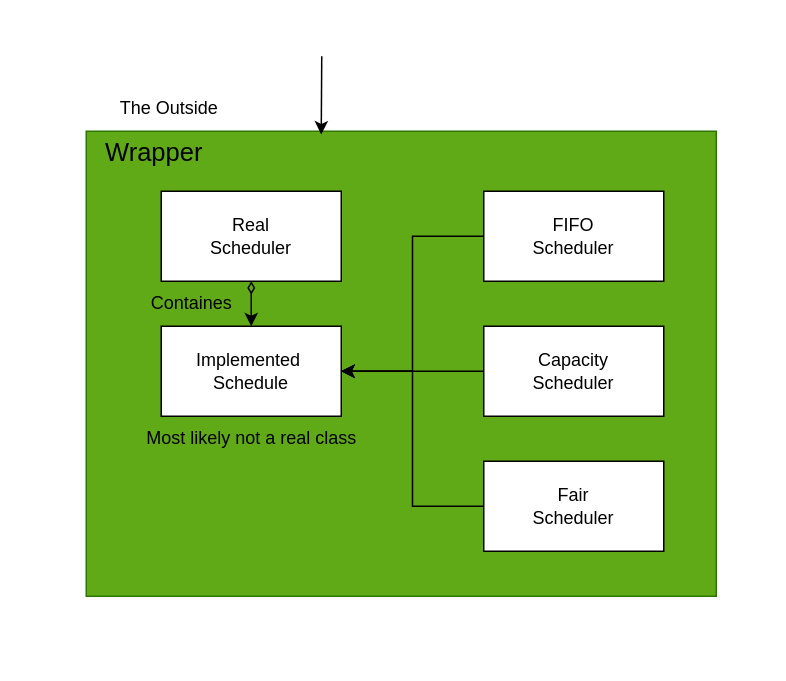
Before: schedule drawings/schedule drawing for slides.drawio in Amir-kar/EECS4314-GroupD, a draw.io diagram. Source tidied: cells renumbered, new cells numbered last; positions are measured from the earlier drawing's top-left corner, leaving out a move shared by most shapes. Both pictures are drawn from the tidied source at 150%, with x=0, y=0 at pixel (26, 26).
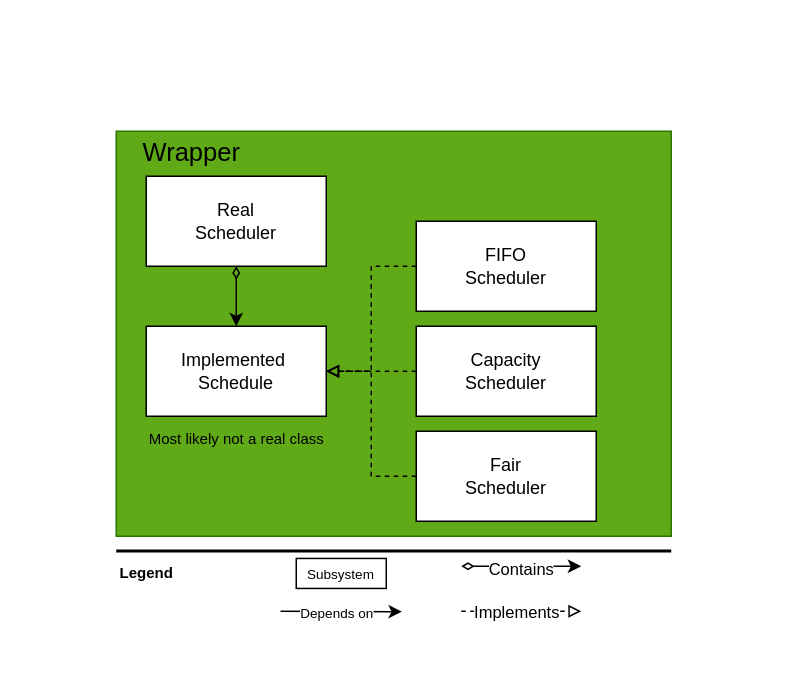
The same diagram, later.

Diff of the diagram source:
```diff
@@
     <mxCell id="2" style="rounded=0;whiteSpace=wrap;html=1;fillColor=none;strokeColor=none;" parent="1" vertex="1">
-      <mxGeometry width="490" height="420" as="geometry" />
+      <mxGeometry x="50" y="60" width="390" height="350" as="geometry" />
     </mxCell>
     <mxCell id="3" style="rounded=0;whiteSpace=wrap;html=1;fillColor=#60a917;fontColor=#ffffff;strokeColor=#2D7600;" parent="1" vertex="1">
-      <mxGeometry x="40" y="70" width="420" height="310" as="geometry" />
+      <mxGeometry x="60" y="70" width="370" height="270" as="geometry" />
     </mxCell>
-    <mxCell id="4" value="The Outside" style="text;html=1;align=center;verticalAlign=middle;strokeColor=none;fillColor=none;" parent="1" vertex="1">
-      <mxGeometry x="50" y="40" width="90" height="30" as="geometry" />
-    </mxCell>
-    <mxCell id="5" style="endArrow=classic;html=1;rounded=0;entryX=0.373;entryY=0.007;entryDx=0;entryDy=0;entryPerimeter=0;" parent="1" edge="1" target="3">
-      <mxGeometry relative="1" as="geometry">
-        <mxPoint x="197" y="20" as="sourcePoint" />
-      </mxGeometry>
-    </mxCell>
     <mxCell id="6" value="&lt;font style=&quot;font-size: 17px;&quot;&gt;Wrapper&lt;/font&gt;" style="text;html=1;align=center;verticalAlign=middle;strokeColor=none;fillColor=none;" parent="1" vertex="1">
-      <mxGeometry x="40" y="70" width="90" height="30" as="geometry" />
+      <mxGeometry x="65" y="70" width="90" height="30" as="geometry" />
     </mxCell>
@@
     <mxCell id="8" value="&lt;div&gt;Real&lt;/div&gt;&lt;div&gt;Scheduler&lt;/div&gt;" style="rounded=0;whiteSpace=wrap;html=1;" parent="1" vertex="1">
-      <mxGeometry x="90" y="110" width="120" height="60" as="geometry" />
+      <mxGeometry x="80" y="100" width="120" height="60" as="geometry" />
     </mxCell>
-    <mxCell id="9" style="edgeStyle=orthogonalEdgeStyle;rounded=0;jettySize=auto;html=1;entryX=1;entryY=0.5;entryDx=0;entryDy=0;" parent="1" edge="1" source="10" target="15">
+    <mxCell id="9" style="edgeStyle=orthogonalEdgeStyle;rounded=0;jettySize=auto;html=1;entryX=1;entryY=0.5;entryDx=0;entryDy=0;dashed=1;endArrow=block;endFill=0;" parent="1" edge="1" source="10" target="15">
       <mxGeometry relative="1" as="geometry" />
     </mxCell>
     <mxCell id="10" value="&lt;div&gt;FIFO&lt;/div&gt;&lt;div&gt;Scheduler&lt;/div&gt;" style="rounded=0;whiteSpace=wrap;html=1;" parent="1" vertex="1">
-      <mxGeometry x="305" y="110" width="120" height="60" as="geometry" />
+      <mxGeometry x="260" y="130" width="120" height="60" as="geometry" />
     </mxCell>
-    <mxCell id="11" style="edgeStyle=orthogonalEdgeStyle;rounded=0;jettySize=auto;html=1;entryX=1;entryY=0.5;entryDx=0;entryDy=0;" parent="1" edge="1" source="12" target="15">
+    <mxCell id="11" style="edgeStyle=orthogonalEdgeStyle;rounded=0;jettySize=auto;html=1;entryX=1;entryY=0.5;entryDx=0;entryDy=0;dashed=1;endArrow=block;endFill=0;" parent="1" edge="1" source="12" target="15">
       <mxGeometry relative="1" as="geometry" />
     </mxCell>
     <mxCell id="12" value="&lt;div&gt;Capacity&lt;/div&gt;&lt;div&gt;Scheduler&lt;/div&gt;" style="rounded=0;whiteSpace=wrap;html=1;" parent="1" vertex="1">
-      <mxGeometry x="305" y="200" width="120" height="60" as="geometry" />
+      <mxGeometry x="260" y="200" width="120" height="60" as="geometry" />
     </mxCell>
-    <mxCell id="13" style="edgeStyle=orthogonalEdgeStyle;rounded=0;jettySize=auto;html=1;entryX=1;entryY=0.5;entryDx=0;entryDy=0;" parent="1" edge="1" source="14" target="15">
+    <mxCell id="13" style="edgeStyle=orthogonalEdgeStyle;rounded=0;jettySize=auto;html=1;entryX=1;entryY=0.5;entryDx=0;entryDy=0;dashed=1;endArrow=block;endFill=0;" parent="1" edge="1" source="14" target="15">
       <mxGeometry relative="1" as="geometry" />
     </mxCell>
     <mxCell id="14" value="&lt;div&gt;Fair&lt;/div&gt;&lt;div&gt;Scheduler&lt;/div&gt;" style="rounded=0;whiteSpace=wrap;html=1;" parent="1" vertex="1">
-      <mxGeometry x="305" y="290" width="120" height="60" as="geometry" />
+      <mxGeometry x="260" y="270" width="120" height="60" as="geometry" />
     </mxCell>
     <mxCell id="15" value="&lt;div&gt;Implemented&amp;nbsp;&lt;/div&gt;&lt;div&gt;Schedule&lt;/div&gt;" style="rounded=0;whiteSpace=wrap;html=1;" parent="1" vertex="1">
-      <mxGeometry x="90" y="200" width="120" height="60" as="geometry" />
+      <mxGeometry x="80" y="200" width="120" height="60" as="geometry" />
     </mxCell>
-    <mxCell id="16" value="Containes" style="text;html=1;align=center;verticalAlign=middle;strokeColor=none;fillColor=none;" parent="1" vertex="1">
-      <mxGeometry x="70" y="170" width="80" height="30" as="geometry" />
-    </mxCell>
-    <mxCell id="17" value="Most likely not a real class" style="text;html=1;align=center;verticalAlign=middle;strokeColor=none;fillColor=none;" parent="1" vertex="1">
-      <mxGeometry x="70" y="260" width="160" height="30" as="geometry" />
+    <mxCell id="17" value="&lt;font style=&quot;font-size: 10px;&quot;&gt;Most likely not a real class&lt;/font&gt;" style="text;html=1;align=center;verticalAlign=middle;strokeColor=none;fillColor=none;" parent="1" vertex="1">
+      <mxGeometry x="70" y="260" width="140" height="30" as="geometry" />
     </mxCell>
+    <mxCell id="18" style="line;strokeWidth=2;html=1;" parent="1" vertex="1">
+      <mxGeometry x="60" y="344.8" width="370" height="10" as="geometry" />
+    </mxCell>
+    <mxCell id="19" value="&lt;font style=&quot;font-size: 10px;&quot;&gt;Legend&lt;/font&gt;" style="text;strokeColor=none;fillColor=none;html=1;fontSize=24;fontStyle=1;verticalAlign=middle;align=center;" parent="1" vertex="1">
+      <mxGeometry x="30" y="340" width="100" height="40" as="geometry" />
+    </mxCell>
+    <mxCell id="20" value="&lt;font style=&quot;font-size: 9px;&quot;&gt;Subsystem&lt;/font&gt;" style="rounded=0;whiteSpace=wrap;html=1;" parent="1" vertex="1">
+      <mxGeometry x="180" y="354.8" width="60" height="20" as="geometry" />
+    </mxCell>
+    <mxCell id="21" style="endArrow=classic;html=1;rounded=0;" parent="1" edge="1">
+      <mxGeometry relative="1" as="geometry">
+        <mxPoint x="169.5" y="390" as="sourcePoint" />
+        <mxPoint x="250.5" y="390.3" as="targetPoint" />
+      </mxGeometry>
+    </mxCell>
+    <mxCell id="22" value="&lt;font style=&quot;font-size: 9px;&quot;&gt;Depends on&lt;/font&gt;" style="edgeLabel;html=1;align=center;verticalAlign=middle;" parent="21" vertex="1">
+      <mxGeometry x="-0.05" relative="1" as="geometry">
+        <mxPoint x="-1" as="offset" />
+      </mxGeometry>
+    </mxCell>
+    <mxCell id="23" style="edgeStyle=orthogonalEdgeStyle;rounded=0;orthogonalLoop=1;jettySize=auto;html=1;startArrow=diamondThin;startFill=0;strokeWidth=1;" parent="1" edge="1">
+      <mxGeometry relative="1" as="geometry">
+        <mxPoint x="290" y="360" as="sourcePoint" />
+        <mxPoint x="370" y="360" as="targetPoint" />
+      </mxGeometry>
+    </mxCell>
+    <mxCell id="24" value="Contains" style="edgeLabel;html=1;align=center;verticalAlign=middle;" parent="23" vertex="1">
+      <mxGeometry x="-0.03" y="-1" relative="1" as="geometry" />
+    </mxCell>
+    <mxCell id="25" style="endArrow=block;html=1;rounded=0;dashed=1;endFill=0;" parent="1" edge="1">
+      <mxGeometry relative="1" as="geometry">
+        <mxPoint x="290" y="390" as="sourcePoint" />
+        <mxPoint x="370" y="390" as="targetPoint" />
+      </mxGeometry>
+    </mxCell>
+    <mxCell id="26" value="Implements" style="edgeLabel;html=1;align=center;verticalAlign=middle;" parent="25" vertex="1">
+      <mxGeometry x="0.12" y="-3" relative="1" as="geometry">
+        <mxPoint x="-9" y="-3" as="offset" />
+      </mxGeometry>
+    </mxCell>
```
